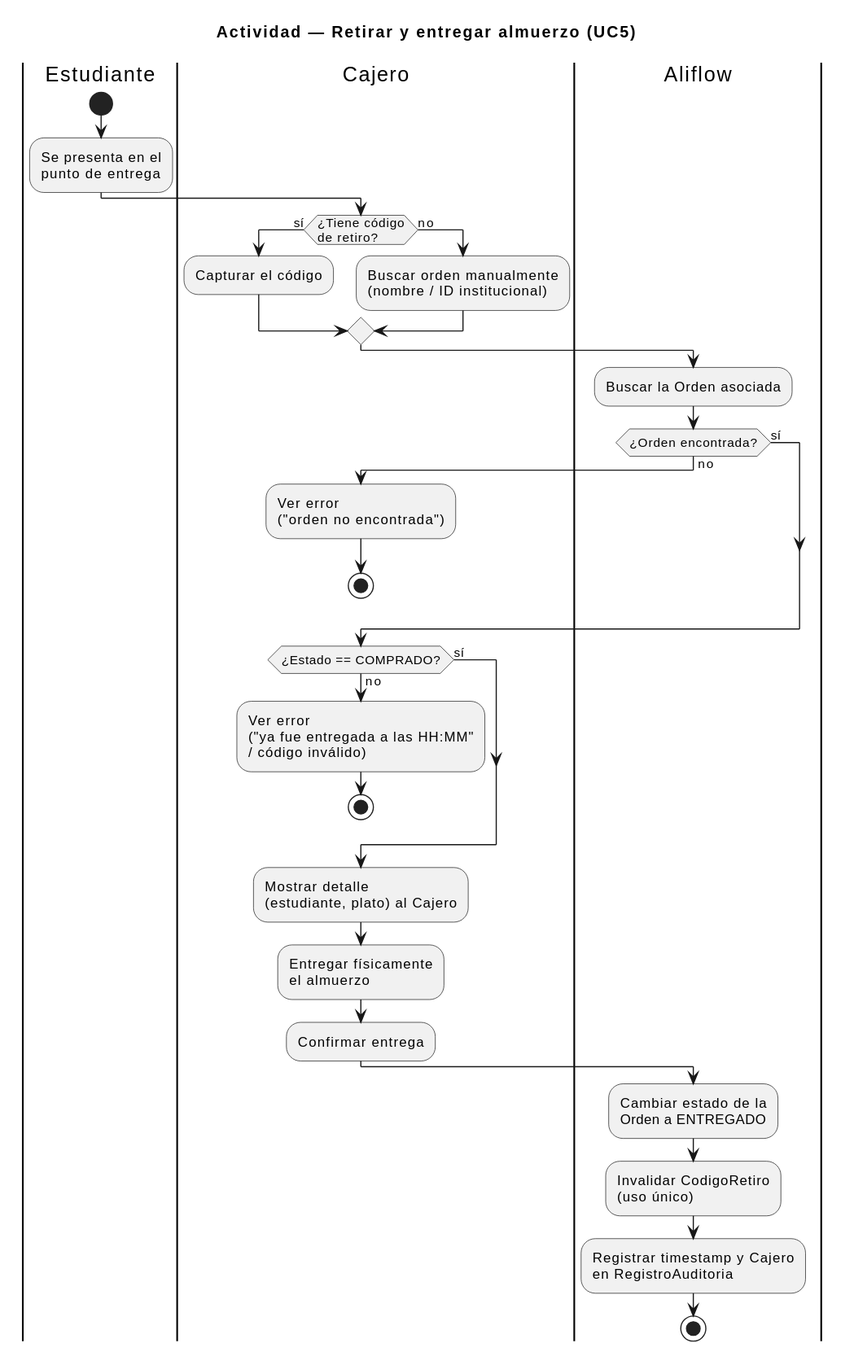
Jesus-JB/aliflow keeps this PlantUML diagram as uml/actividad-retiro-entrega.svg. Above is the earlier version.
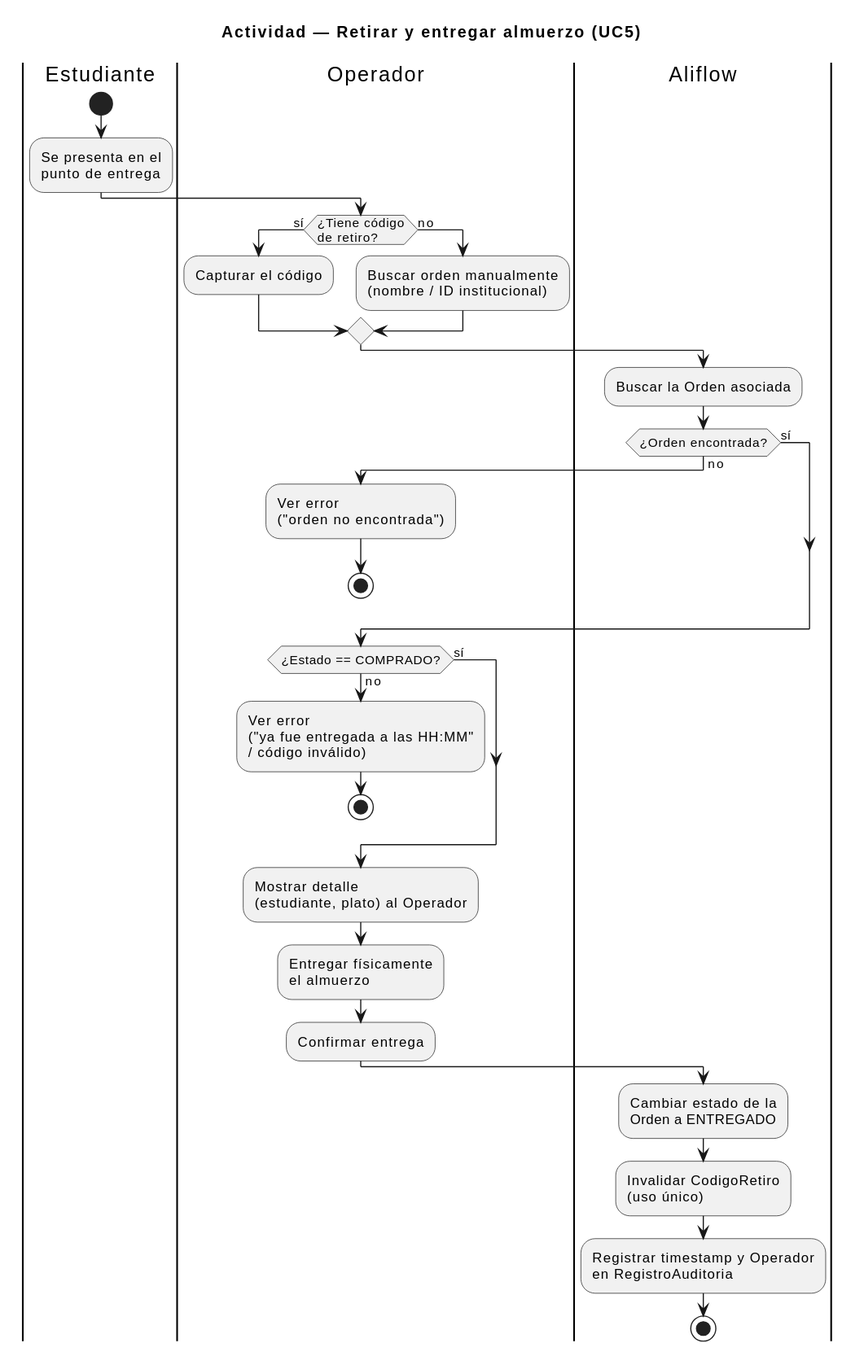
Above is the later version.

What changed in the source:
```diff
@@ -5,7 +5,7 @@
 start
 :Se presenta en el\npunto de entrega;
 
-|Cajero|
+|Operador|
 if (¿Tiene código\nde retiro?) then (sí)
   :Capturar el código;
 else (no)
@@ -15,28 +15,28 @@
 |Aliflow|
 :Buscar la Orden asociada;
 if (¿Orden encontrada?) then (no)
-  |Cajero|
+  |Operador|
   :Ver error\n("orden no encontrada");
   stop
 else (sí)
 endif
 
 if (¿Estado == COMPRADO?) then (no)
-  |Cajero|
+  |Operador|
   :Ver error\n("ya fue entregada a las HH:MM"\n/ código inválido);
   stop
 else (sí)
 endif
 
-:Mostrar detalle\n(estudiante, plato) al Cajero;
+:Mostrar detalle\n(estudiante, plato) al Operador;
 
-|Cajero|
+|Operador|
 :Entregar físicamente\nel almuerzo;
 :Confirmar entrega;
 
 |Aliflow|
 :Cambiar estado de la\nOrden a ENTREGADO;
 :Invalidar CodigoRetiro\n(uso único);
-:Registrar timestamp y Cajero\nen RegistroAuditoria;
+:Registrar timestamp y Operador\nen RegistroAuditoria;
 stop
 @enduml
```
